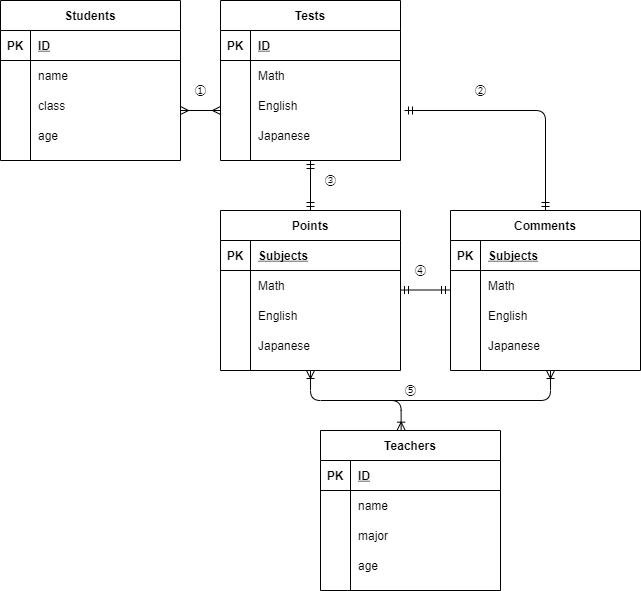
mioirie/20220103omi keeps this draw.io diagram as .drawio.png. Above is the earlier version. Source tidied: cells renumbered, new cells last; positions are measured from the earlier drawing's top-left corner, leaving out a move shared by most shapes.
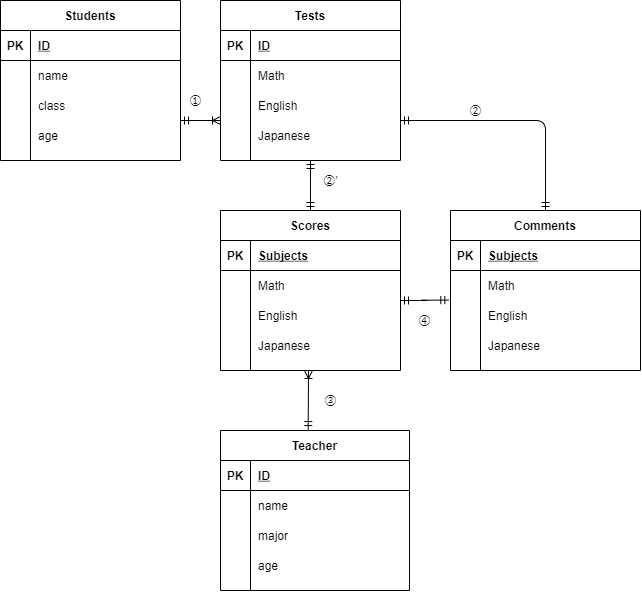
The same diagram one commit later.

Commit message:
Fixed between 'Student' and 'Test',and more..

The edit, as a diff of the source:
```diff
@@ -80,55 +80,46 @@
     <mxCell id="27" value="Japanese" style="shape=partialRectangle;fillColor=none;top=0;left=0;bottom=0;right=0;align=left;spacingLeft=6;overflow=hidden;" parent="25" vertex="1">
       <mxGeometry x="30" width="150" height="30" as="geometry" />
     </mxCell>
-    <mxCell id="28" style="fontSize=12;html=1;endArrow=ERmany;startArrow=ERmany;" parent="1" edge="1">
-      <mxGeometry relative="1" as="geometry">
-        <mxPoint x="180" y="110" as="sourcePoint" />
-        <mxPoint x="220" y="110" as="targetPoint" />
-        <Array as="points">
-          <mxPoint x="220" y="110" />
-        </Array>
-      </mxGeometry>
-    </mxCell>
-    <mxCell id="29" value="Teachers" style="shape=table;startSize=30;rowLines=0;fontStyle=1;align=center;" parent="1" vertex="1">
-      <mxGeometry x="320" y="430" width="180" height="160" as="geometry" />
+    <mxCell id="29" value="Teacher" style="shape=table;startSize=30;rowLines=0;fontStyle=1;align=center;" parent="1" vertex="1">
+      <mxGeometry x="220" y="430" width="189" height="160" as="geometry" />
     </mxCell>
     <mxCell id="30" style="shape=partialRectangle;fillColor=none;top=0;left=0;bottom=1;right=0;" parent="29" vertex="1">
-      <mxGeometry y="30" width="180" height="30" as="geometry" />
+      <mxGeometry y="30" width="189" height="30" as="geometry" />
     </mxCell>
     <mxCell id="31" value="PK" style="shape=partialRectangle;fillColor=none;top=0;left=0;bottom=0;right=0;fontStyle=1;overflow=hidden;" parent="30" vertex="1">
       <mxGeometry width="30" height="30" as="geometry" />
     </mxCell>
     <mxCell id="32" value="ID" style="shape=partialRectangle;fillColor=none;top=0;left=0;bottom=0;right=0;align=left;spacingLeft=6;fontStyle=5;overflow=hidden;" parent="30" vertex="1">
-      <mxGeometry x="30" width="150" height="30" as="geometry" />
+      <mxGeometry x="30" width="159" height="30" as="geometry" />
     </mxCell>
     <mxCell id="33" style="shape=partialRectangle;fillColor=none;top=0;left=0;bottom=0;right=0;" parent="29" vertex="1">
-      <mxGeometry y="60" width="180" height="30" as="geometry" />
+      <mxGeometry y="60" width="189" height="30" as="geometry" />
     </mxCell>
     <mxCell id="34" style="shape=partialRectangle;fillColor=none;top=0;left=0;bottom=0;right=0;overflow=hidden;" parent="33" vertex="1">
       <mxGeometry width="30" height="30" as="geometry" />
     </mxCell>
     <mxCell id="35" value="name" style="shape=partialRectangle;fillColor=none;top=0;left=0;bottom=0;right=0;align=left;spacingLeft=6;overflow=hidden;" parent="33" vertex="1">
-      <mxGeometry x="30" width="150" height="30" as="geometry" />
+      <mxGeometry x="30" width="159" height="30" as="geometry" />
     </mxCell>
     <mxCell id="36" style="shape=partialRectangle;fillColor=none;top=0;left=0;bottom=0;right=0;" parent="29" vertex="1">
-      <mxGeometry y="90" width="180" height="30" as="geometry" />
+      <mxGeometry y="90" width="189" height="30" as="geometry" />
     </mxCell>
     <mxCell id="37" style="shape=partialRectangle;fillColor=none;top=0;left=0;bottom=0;right=0;overflow=hidden;" parent="36" vertex="1">
       <mxGeometry width="30" height="30" as="geometry" />
     </mxCell>
     <mxCell id="38" value="major" style="shape=partialRectangle;fillColor=none;top=0;left=0;bottom=0;right=0;align=left;spacingLeft=6;overflow=hidden;" parent="36" vertex="1">
-      <mxGeometry x="30" width="150" height="30" as="geometry" />
+      <mxGeometry x="30" width="159" height="30" as="geometry" />
     </mxCell>
     <mxCell id="39" style="shape=partialRectangle;fillColor=none;top=0;left=0;bottom=0;right=0;" parent="29" vertex="1">
-      <mxGeometry y="120" width="180" height="30" as="geometry" />
+      <mxGeometry y="120" width="189" height="30" as="geometry" />
     </mxCell>
     <mxCell id="40" style="shape=partialRectangle;fillColor=none;top=0;left=0;bottom=0;right=0;overflow=hidden;" parent="39" vertex="1">
       <mxGeometry width="30" height="30" as="geometry" />
     </mxCell>
     <mxCell id="41" value="age" style="shape=partialRectangle;fillColor=none;top=0;left=0;bottom=0;right=0;align=left;spacingLeft=6;overflow=hidden;" parent="39" vertex="1">
-      <mxGeometry x="30" width="150" height="30" as="geometry" />
+      <mxGeometry x="30" width="159" height="30" as="geometry" />
     </mxCell>
-    <mxCell id="42" value="Points" style="shape=table;startSize=30;rowLines=0;fontStyle=1;align=center;" parent="1" vertex="1">
+    <mxCell id="42" value="Scores" style="shape=table;startSize=30;rowLines=0;fontStyle=1;align=center;" parent="1" vertex="1">
       <mxGeometry x="220" y="210" width="180" height="160" as="geometry" />
     </mxCell>
     <mxCell id="43" style="shape=partialRectangle;fillColor=none;top=0;left=0;bottom=1;right=0;" parent="42" vertex="1">
@@ -206,43 +197,48 @@
     <mxCell id="67" value="Japanese" style="shape=partialRectangle;fillColor=none;top=0;left=0;bottom=0;right=0;align=left;spacingLeft=6;overflow=hidden;" parent="65" vertex="1">
       <mxGeometry x="30" width="160" height="30" as="geometry" />
     </mxCell>
-    <mxCell id="68" style="fontSize=12;html=1;endArrow=ERmandOne;startArrow=ERmandOne;" parent="1" edge="1">
-      <mxGeometry relative="1" as="geometry">
-        <mxPoint x="400" y="289.5" as="sourcePoint" />
-        <mxPoint x="449" y="289.5" as="targetPoint" />
-      </mxGeometry>
-    </mxCell>
-    <mxCell id="69" style="edgeStyle=orthogonalEdgeStyle;fontSize=12;html=1;endArrow=ERoneToMany;startArrow=ERoneToMany;entryX=0.5;entryY=1;entryDx=0;entryDy=0;exitX=0.448;exitY=-0.002;exitDx=0;exitDy=0;exitPerimeter=0;" parent="1" edge="1" source="29" target="42">
-      <mxGeometry relative="1" as="geometry" />
-    </mxCell>
-    <mxCell id="70" style="edgeStyle=orthogonalEdgeStyle;fontSize=12;html=1;endArrow=ERoneToMany;" parent="1" edge="1">
-      <mxGeometry relative="1" as="geometry">
-        <mxPoint x="390" y="400" as="sourcePoint" />
-        <mxPoint x="550" y="370" as="targetPoint" />
-      </mxGeometry>
-    </mxCell>
     <mxCell id="71" style="fontSize=12;html=1;endArrow=ERmandOne;startArrow=ERmandOne;entryX=0.5;entryY=1;entryDx=0;entryDy=0;exitX=0.5;exitY=0;exitDx=0;exitDy=0;" parent="1" edge="1" source="42" target="15">
       <mxGeometry relative="1" as="geometry" />
     </mxCell>
-    <mxCell id="72" style="edgeStyle=orthogonalEdgeStyle;fontSize=12;html=1;endArrow=ERmandOne;startArrow=ERmandOne;entryX=0.5;entryY=0;entryDx=0;entryDy=0;" parent="1" edge="1" target="55">
+    <mxCell id="72" style="edgeStyle=orthogonalEdgeStyle;fontSize=12;html=1;endArrow=ERmandOne;startArrow=ERmandOne;" parent="1" edge="1">
       <mxGeometry relative="1" as="geometry">
-        <mxPoint x="404" y="110" as="sourcePoint" />
+        <mxPoint x="400" y="120" as="sourcePoint" />
+        <mxPoint x="545" y="210" as="targetPoint" />
+        <Array as="points">
+          <mxPoint x="545" y="120" />
+        </Array>
       </mxGeometry>
     </mxCell>
     <mxCell id="73" value="①" style="text;html=1;align=center;verticalAlign=middle;strokeColor=none;" parent="1" vertex="1">
-      <mxGeometry x="185" y="80" width="30" height="20" as="geometry" />
+      <mxGeometry x="180" y="90" width="30" height="20" as="geometry" />
     </mxCell>
-    <mxCell id="74" value="➁" style="text;html=1;align=center;verticalAlign=middle;strokeColor=none;" parent="1" vertex="1">
-      <mxGeometry x="465" y="80" width="30" height="20" as="geometry" />
+    <mxCell id="74" value="③" style="text;html=1;align=center;verticalAlign=middle;strokeColor=none;" parent="1" vertex="1">
+      <mxGeometry x="315" y="390" width="30" height="20" as="geometry" />
     </mxCell>
-    <mxCell id="75" value="③" style="text;html=1;align=center;verticalAlign=middle;strokeColor=none;" parent="1" vertex="1">
+    <mxCell id="75" value="➁’" style="text;html=1;align=center;verticalAlign=middle;strokeColor=none;" parent="1" vertex="1">
       <mxGeometry x="315" y="170" width="30" height="20" as="geometry" />
     </mxCell>
+    <mxCell id="78" style="edgeStyle=entityRelationEdgeStyle;fontSize=12;html=1;endArrow=ERoneToMany;startArrow=ERmandOne;" parent="1" edge="1">
+      <mxGeometry relative="1" as="geometry">
+        <mxPoint x="180" y="120" as="sourcePoint" />
+        <mxPoint x="220" y="120" as="targetPoint" />
+      </mxGeometry>
+    </mxCell>
+    <mxCell id="79" style="fontSize=12;html=1;endArrow=ERoneToMany;startArrow=ERmandOne;exitX=0.464;exitY=-0.006;exitDx=0;exitDy=0;exitPerimeter=0;" parent="1" edge="1" source="29">
+      <mxGeometry relative="1" as="geometry">
+        <mxPoint x="308" y="370" as="targetPoint" />
+      </mxGeometry>
+    </mxCell>
+    <mxCell id="80" value="➁" style="text;html=1;align=center;verticalAlign=middle;strokeColor=none;" parent="1" vertex="1">
+      <mxGeometry x="460" y="100" width="30" height="20" as="geometry" />
+    </mxCell>
+    <mxCell id="81" style="edgeStyle=entityRelationEdgeStyle;fontSize=12;html=1;endArrow=ERmandOne;startArrow=ERmandOne;entryX=-0.009;entryY=-0.015;entryDx=0;entryDy=0;entryPerimeter=0;" parent="1" edge="1" target="62">
+      <mxGeometry relative="1" as="geometry">
+        <mxPoint x="400" y="300" as="sourcePoint" />
+      </mxGeometry>
+    </mxCell>
     <mxCell id="76" value="④" style="text;html=1;align=center;verticalAlign=middle;strokeColor=none;" parent="1" vertex="1">
-      <mxGeometry x="405" y="260" width="30" height="20" as="geometry" />
+      <mxGeometry x="409" y="310" width="30" height="20" as="geometry" />
     </mxCell>
-    <mxCell id="77" value="⑤" style="text;html=1;align=center;verticalAlign=middle;strokeColor=none;" parent="1" vertex="1">
-      <mxGeometry x="395" y="380" width="30" height="20" as="geometry" />
-    </mxCell>
   </root>
 </mxGraphModel>
```
